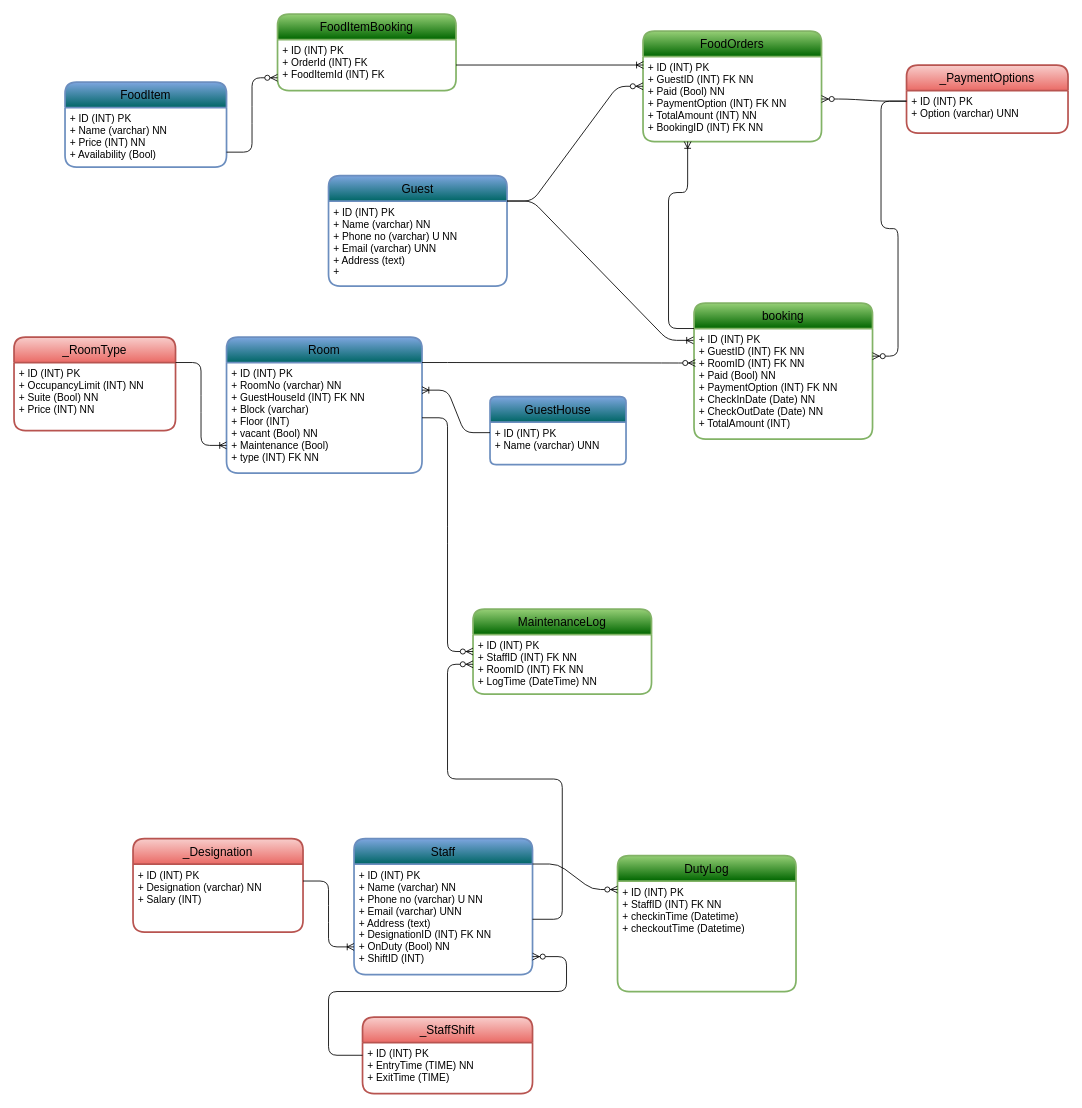
The draw.io diagram page "GuestHouse Amenities" (1 of 2) of flowchat.drawio in RupakBiswas-2304/dbmsminiproject, before the edit. Source tidied: cells renumbered, new cells numbered last; positions are measured from the earlier drawing's top-left corner, leaving out a move shared by most shapes. Both pictures are drawn from the tidied source at 85%, with x=0, y=0 at pixel (14, 14).
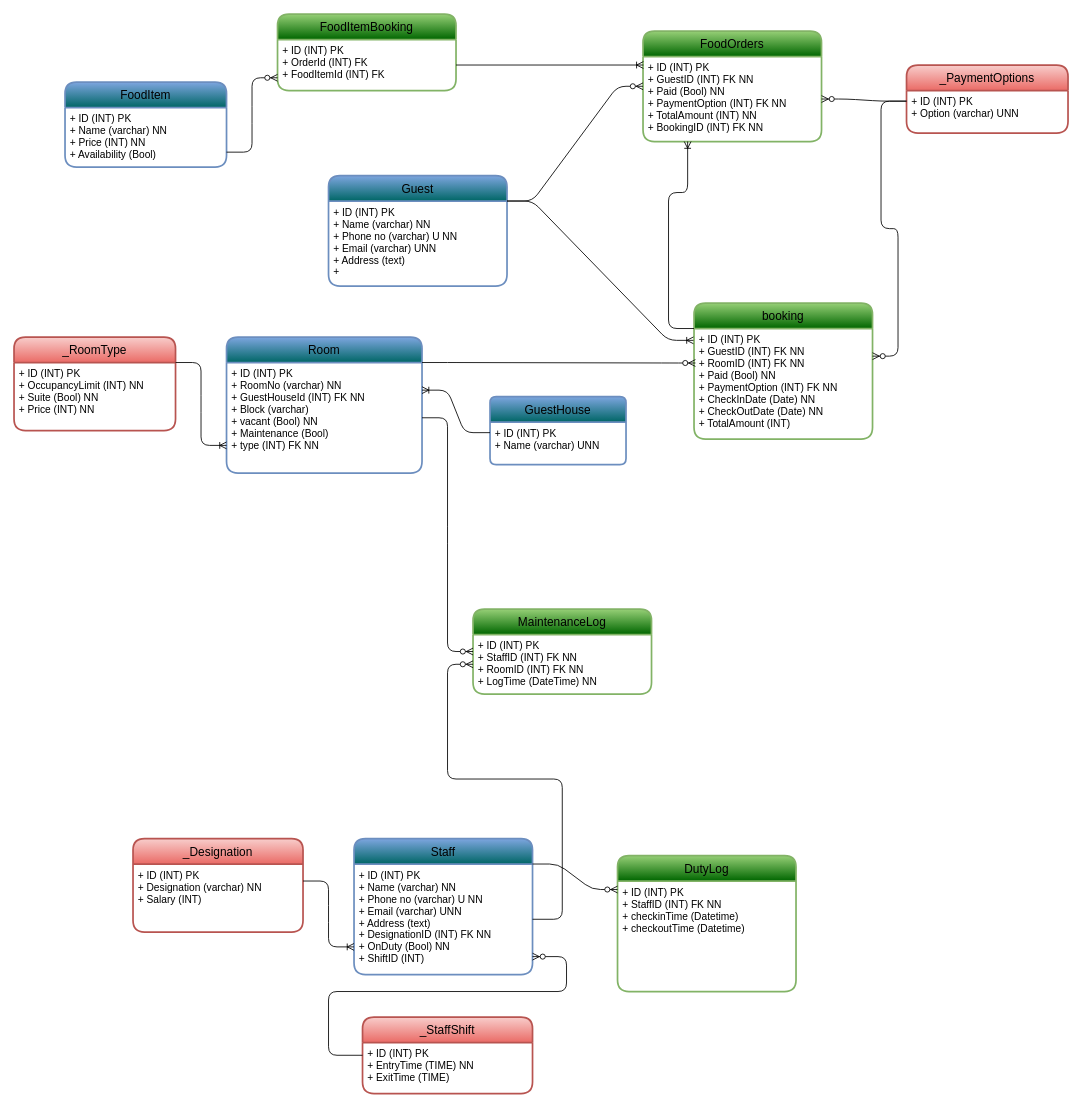
Above is the later version.

Commit message (it also covers changes not shown here):
er diagram for guesthouse

The change refers to these unchanged cells:
```xml
<mxCell id="6" value="Room" style="swimlane;horizontal=1;startSize=30;rounded=1;fontSize=14;fontStyle=0;strokeWidth=2;shadow=0;dashed=0;align=center;fontFamily=JetBrains Mono;fillColor=#006666;strokeColor=#6c8ebf;gradientColor=#7ea6e0;gradientDirection=north;" parent="1" vertex="1">
  <mxGeometry x="250" y="380" width="230" height="160" as="geometry" />
</mxCell>
```

Diff of the diagram source:
```diff
@@
-    <mxCell id="7" value="+ ID (INT) PK&#10;+ RoomNo (varchar) NN&#10;+ GuestHouseId (INT) FK NN &#10;+ Block (varchar) &#10;+ Floor (INT)&#10;+ vacant (Bool) NN&#10;+ Maintenance (Bool) &#10;+ type (INT) FK NN" style="align=left;strokeColor=none;fillColor=none;spacingLeft=4;fontSize=12;verticalAlign=top;fontFamily=JetBrains Mono;" parent="6" vertex="1">
+    <mxCell id="7" value="+ ID (INT) PK&#10;+ RoomNo (varchar) NN&#10;+ GuestHouseId (INT) FK NN &#10;+ Block (varchar) &#10;+ vacant (Bool) NN&#10;+ Maintenance (Bool) &#10;+ type (INT) FK NN" style="align=left;strokeColor=none;fillColor=none;spacingLeft=4;fontSize=12;verticalAlign=top;fontFamily=JetBrains Mono;" parent="6" vertex="1">
       <mxGeometry y="30" width="230" height="130" as="geometry" />
     </mxCell>
```
